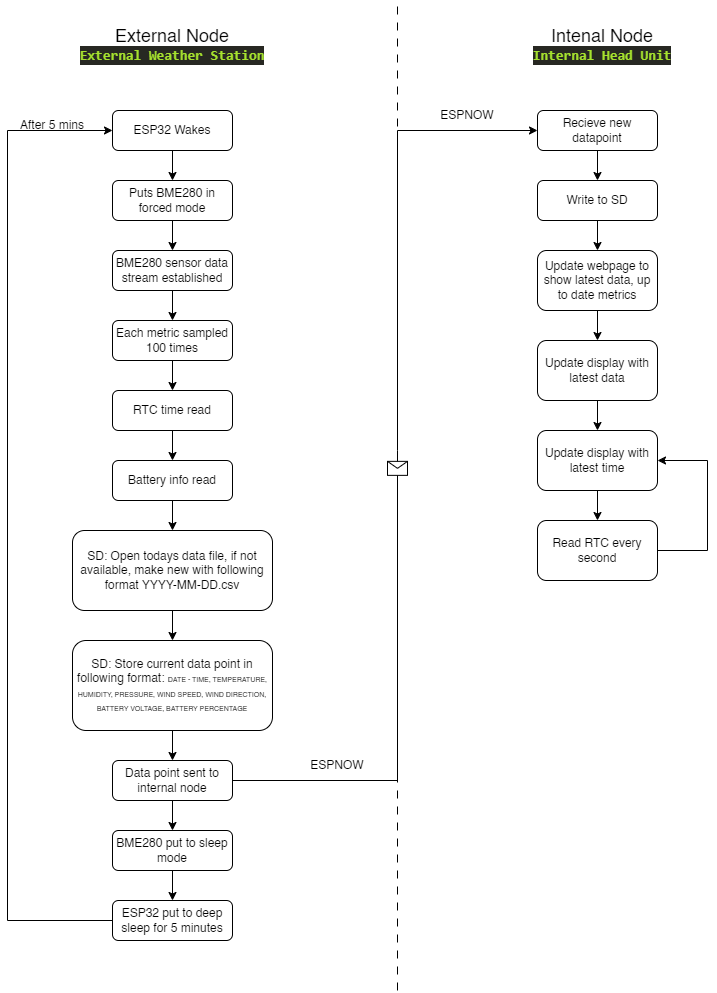
The draw.io diagram images/System_Architecture.png in rbat05/SolarWeatherStation, before a commit. Source tidied: cells renumbered, new cells last; positions are measured from the earlier drawing's top-left corner, leaving out a move shared by most shapes.
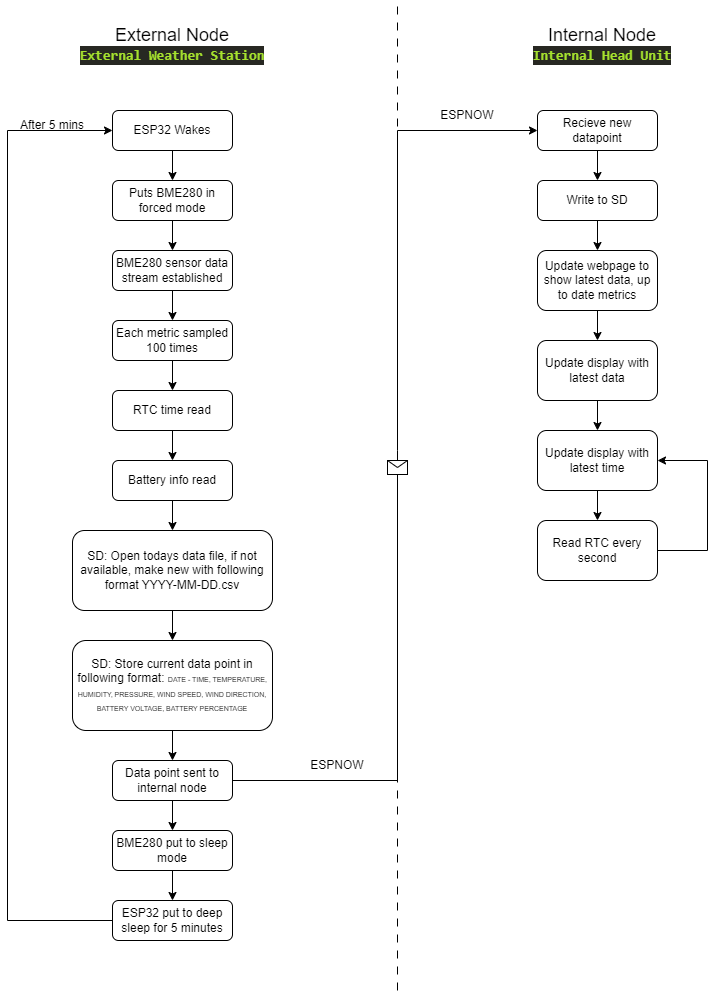
The same file after the commit.

Change to the diagram source:
```diff
@@ -11,7 +11,7 @@
     <mxCell id="3" value="&lt;font style=&quot;font-size: 18px;&quot;&gt;External Node&lt;/font&gt;" style="text;html=1;align=center;verticalAlign=middle;whiteSpace=wrap;rounded=0;" parent="1" vertex="1">
       <mxGeometry x="100" y="10" width="130" height="50" as="geometry" />
     </mxCell>
-    <mxCell id="4" value="&lt;font style=&quot;font-size: 18px;&quot;&gt;Intenal&lt;/font&gt;&lt;span style=&quot;font-size: 18px; background-color: initial;&quot;&gt;&amp;nbsp;Node&lt;/span&gt;" style="text;html=1;align=center;verticalAlign=middle;whiteSpace=wrap;rounded=0;" parent="1" vertex="1">
+    <mxCell id="4" value="&lt;font style=&quot;font-size: 18px;&quot;&gt;Internal&lt;/font&gt;&lt;span style=&quot;font-size: 18px; background-color: initial;&quot;&gt;&amp;nbsp;Node&lt;/span&gt;" style="text;html=1;align=center;verticalAlign=middle;whiteSpace=wrap;rounded=0;" parent="1" vertex="1">
       <mxGeometry x="530" y="10" width="130" height="50" as="geometry" />
     </mxCell>
     <mxCell id="5" value="&lt;div style=&quot;color: rgb(248, 248, 242); background-color: rgb(39, 40, 34); font-family: Consolas, &amp;quot;Courier New&amp;quot;, monospace; font-size: 14px; line-height: 19px; white-space: pre;&quot;&gt;&lt;span style=&quot;color: #a6e22e;font-weight: bold;&quot;&gt;External Weather Station&lt;/span&gt;&lt;/div&gt;" style="text;html=1;align=center;verticalAlign=middle;whiteSpace=wrap;rounded=0;" parent="1" vertex="1">
```
